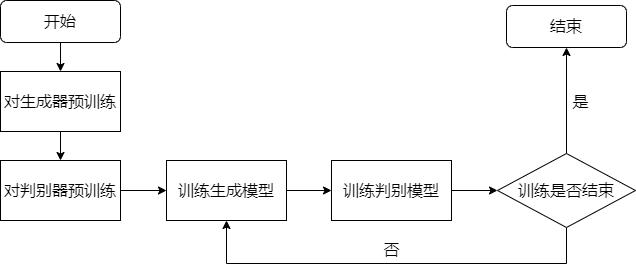
Before: seagan-d.drawio.png, a diagram exported from draw.io (lakomi/pictures). Source tidied: cells renumbered, new cells last; positions are measured from the earlier drawing's top-left corner, leaving out a move shared by most shapes.
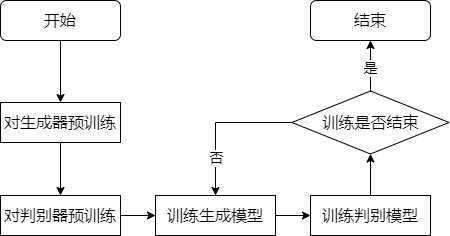
After the change.

Diff of the diagram source:
```diff
@@ -6,54 +6,55 @@
       <mxGeometry relative="1" as="geometry" />
     </mxCell>
     <mxCell id="3" value="对生成器预训练" style="rounded=0;whiteSpace=wrap;html=1;fontSize=16;" parent="1" vertex="1">
-      <mxGeometry y="71" width="120" height="60" as="geometry" />
+      <mxGeometry x="17" y="159" width="120" height="40" as="geometry" />
     </mxCell>
     <mxCell id="4" style="edgeStyle=orthogonalEdgeStyle;rounded=0;jettySize=auto;html=1;exitX=0.5;exitY=1;exitDx=0;exitDy=0;fontSize=16;" parent="1" edge="1" source="5" target="3">
       <mxGeometry relative="1" as="geometry" />
     </mxCell>
     <mxCell id="5" value="开始" style="rounded=1;whiteSpace=wrap;html=1;fontSize=16;" parent="1" vertex="1">
-      <mxGeometry width="120" height="42" as="geometry" />
+      <mxGeometry x="17" y="57" width="120" height="40" as="geometry" />
     </mxCell>
     <mxCell id="6" style="edgeStyle=orthogonalEdgeStyle;rounded=0;jettySize=auto;html=1;exitX=1;exitY=0.5;exitDx=0;exitDy=0;fontSize=16;" parent="1" edge="1" source="7" target="9">
       <mxGeometry relative="1" as="geometry" />
     </mxCell>
     <mxCell id="7" value="对判别器预训练" style="rounded=0;whiteSpace=wrap;html=1;fontSize=16;" parent="1" vertex="1">
-      <mxGeometry y="160" width="120" height="60" as="geometry" />
+      <mxGeometry x="17" y="252" width="120" height="40" as="geometry" />
     </mxCell>
-    <mxCell id="8" style="edgeStyle=orthogonalEdgeStyle;rounded=0;jettySize=auto;html=1;exitX=1;exitY=0.5;exitDx=0;exitDy=0;fontSize=16;" parent="1" edge="1" source="9" target="11">
-      <mxGeometry relative="1" as="geometry" />
+    <mxCell id="8" style="edgeStyle=orthogonalEdgeStyle;rounded=0;jettySize=auto;html=1;exitX=1;exitY=0.5;exitDx=0;exitDy=0;fontSize=16;" parent="1" edge="1" target="11">
+      <mxGeometry relative="1" as="geometry">
+        <mxPoint x="289" y="272" as="sourcePoint" />
+      </mxGeometry>
     </mxCell>
     <mxCell id="9" value="训练生成模型" style="rounded=0;whiteSpace=wrap;html=1;fontSize=16;" parent="1" vertex="1">
-      <mxGeometry x="166" y="160" width="120" height="60" as="geometry" />
+      <mxGeometry x="172" y="252" width="120" height="40" as="geometry" />
     </mxCell>
-    <mxCell id="10" style="edgeStyle=orthogonalEdgeStyle;rounded=0;jettySize=auto;html=1;exitX=1;exitY=0.5;exitDx=0;exitDy=0;fontSize=16;" parent="1" edge="1" source="11" target="14">
+    <mxCell id="10" style="edgeStyle=orthogonalEdgeStyle;rounded=0;jettySize=auto;html=1;exitX=0.5;exitY=0;exitDx=0;exitDy=0;entryX=0.5;entryY=1;entryDx=0;entryDy=0;entryPerimeter=0;fontSize=14;" parent="1" edge="1" source="11" target="14">
       <mxGeometry relative="1" as="geometry" />
     </mxCell>
     <mxCell id="11" value="训练判别模型" style="rounded=0;whiteSpace=wrap;html=1;fontSize=16;" parent="1" vertex="1">
-      <mxGeometry x="331" y="160" width="120" height="60" as="geometry" />
+      <mxGeometry x="327" y="252" width="120" height="40" as="geometry" />
     </mxCell>
+    <mxCell id="13" style="edgeStyle=orthogonalEdgeStyle;rounded=0;jettySize=auto;html=1;exitX=0;exitY=0.5;exitDx=0;exitDy=0;exitPerimeter=0;fontSize=14;" parent="1" edge="1" source="14" target="9">
+      <mxGeometry relative="1" as="geometry" />
+    </mxCell>
+    <mxCell id="17" value="否" style="edgeLabel;html=1;align=center;verticalAlign=middle;fontSize=14;" parent="13" vertex="1">
+      <mxGeometry x="0.29" y="1" relative="1" as="geometry">
+        <mxPoint x="-1" y="15" as="offset" />
+      </mxGeometry>
+    </mxCell>
-    <mxCell id="12" style="edgeStyle=orthogonalEdgeStyle;rounded=0;jettySize=auto;html=1;exitX=0.5;exitY=0;exitDx=0;exitDy=0;exitPerimeter=0;entryX=0.5;entryY=1;entryDx=0;entryDy=0;" parent="1" edge="1" source="14" target="15">
+    <mxCell id="12" style="edgeStyle=orthogonalEdgeStyle;rounded=0;jettySize=auto;html=1;exitX=0.5;exitY=0;exitDx=0;exitDy=0;exitPerimeter=0;entryX=0.5;entryY=1;entryDx=0;entryDy=0;fontSize=14;" parent="1" edge="1" source="14" target="15">
       <mxGeometry relative="1" as="geometry" />
     </mxCell>
-    <mxCell id="13" style="edgeStyle=orthogonalEdgeStyle;rounded=0;jettySize=auto;html=1;exitX=0.5;exitY=1;exitDx=0;exitDy=0;exitPerimeter=0;entryX=0.5;entryY=1;entryDx=0;entryDy=0;" parent="1" edge="1" source="14" target="9">
-      <mxGeometry relative="1" as="geometry">
-        <Array as="points">
-          <mxPoint x="566" y="263" />
-          <mxPoint x="226" y="263" />
-        </Array>
-      </mxGeometry>
-    </mxCell>
     <mxCell id="14" value="训练是否结束" style="strokeWidth=1;html=1;shape=mxgraph.flowchart.decision;whiteSpace=wrap;fontSize=16;" parent="1" vertex="1">
-      <mxGeometry x="497" y="153" width="138" height="74" as="geometry" />
+      <mxGeometry x="308.5" y="147.5" width="157" height="63" as="geometry" />
     </mxCell>
     <mxCell id="15" value="结束" style="rounded=1;whiteSpace=wrap;html=1;fontSize=16;" parent="1" vertex="1">
-      <mxGeometry x="506" y="5" width="120" height="42" as="geometry" />
+      <mxGeometry x="327" y="57" width="120" height="40" as="geometry" />
     </mxCell>
-    <mxCell id="16" value="是" style="text;html=1;align=center;verticalAlign=middle;strokeColor=none;fillColor=none;fontSize=16;" parent="1" vertex="1">
-      <mxGeometry x="567" y="89.5" width="26" height="23" as="geometry" />
+    <mxCell id="16" value="是" style="edgeLabel;html=1;align=center;verticalAlign=middle;fontSize=14;" parent="1" vertex="1">
+      <mxGeometry x="398" y="128" as="geometry">
+        <mxPoint x="-12" y="-4" as="offset" />
+      </mxGeometry>
     </mxCell>
-    <mxCell id="17" value="否" style="text;html=1;align=center;verticalAlign=middle;strokeColor=none;fillColor=none;fontSize=16;" parent="1" vertex="1">
-      <mxGeometry x="378" y="237" width="26" height="23" as="geometry" />
-    </mxCell>
   </root>
 </mxGraphModel>
```
